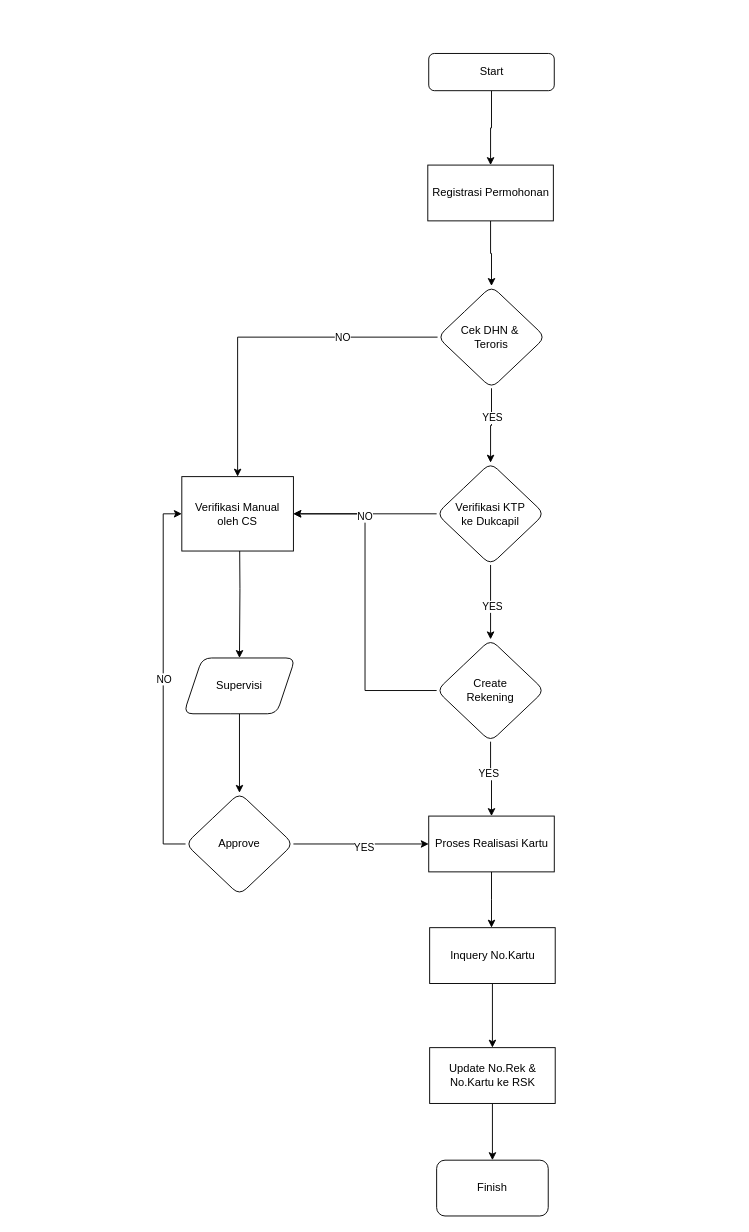
frandachi/appdiagrams keeps this draw.io diagram as Diagram/Eform.drawio. Above is the earlier version. Source tidied: cells renumbered, new cells numbered last; positions are measured from the earlier drawing's top-left corner, leaving out a move shared by most shapes. Both pictures are drawn from the tidied source at 93%, with x=0, y=0 at pixel (181, 53).
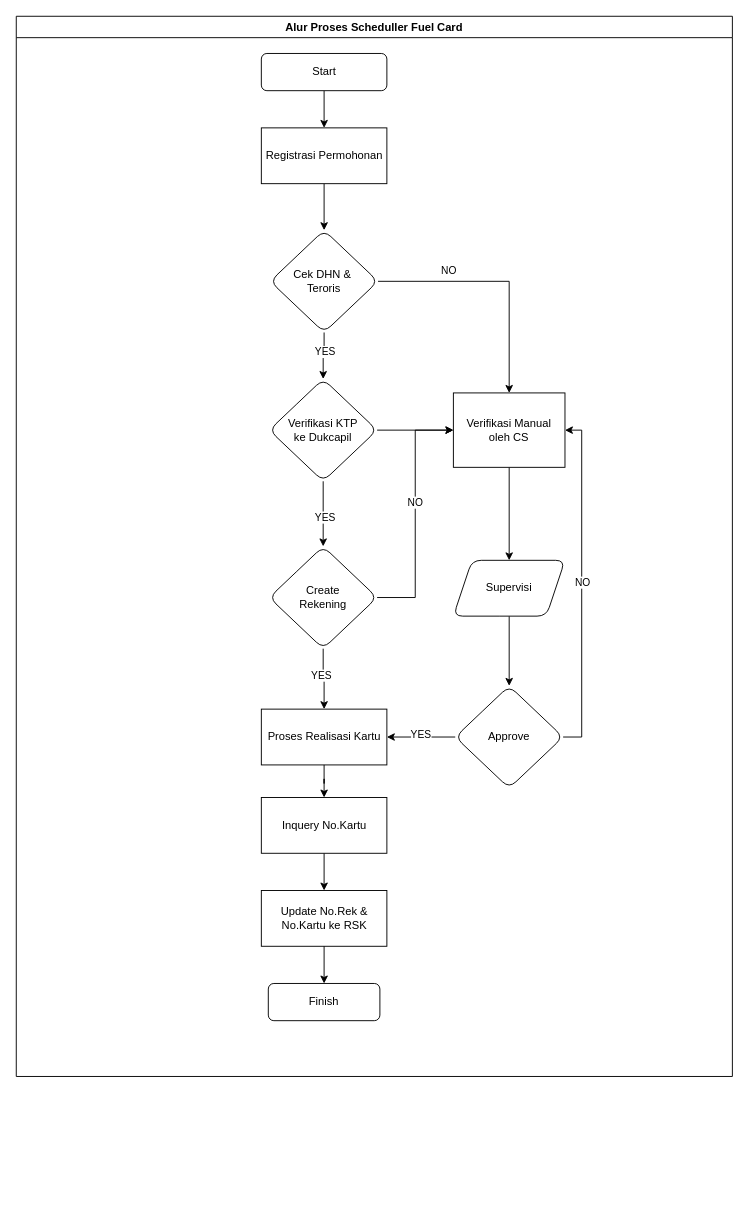
The same diagram, later.

Change to the diagram source:
```diff
@@
+    <mxCell id="36" value="Alur Proses Scheduller Fuel Card" style="swimlane;whiteSpace=wrap;html=1;" parent="1" vertex="1">
+      <mxGeometry x="-178" y="-40" width="770" height="1140" as="geometry" />
+    </mxCell>
+    <mxCell id="35" value="Update No.Rek &amp;amp; No.Kartu ke RSK" style="rounded=0;whiteSpace=wrap;html=1;" parent="36" vertex="1">
+      <mxGeometry x="263.5" y="940" width="135" height="60" as="geometry" />
+    </mxCell>
+    <mxCell id="31" value="Finish" style="rounded=1;whiteSpace=wrap;html=1;" parent="36" vertex="1">
+      <mxGeometry x="271" y="1040" width="120" height="40" as="geometry" />
+    </mxCell>
+    <mxCell id="34" style="edgeStyle=orthogonalEdgeStyle;rounded=0;jettySize=auto;html=1;exitX=0.5;exitY=1;exitDx=0;exitDy=0;" parent="36" edge="1" source="35" target="31">
+      <mxGeometry relative="1" as="geometry" />
+    </mxCell>
@@
     <mxCell id="3" value="Start" style="rounded=1;whiteSpace=wrap;html=1;fontSize=12;glass=0;strokeWidth=1;shadow=0;" parent="1" vertex="1">
-      <mxGeometry x="265.5" width="135" height="40" as="geometry" />
+      <mxGeometry x="85.5" width="135" height="40" as="geometry" />
     </mxCell>
@@
-    <mxCell id="6" style="edgeStyle=orthogonalEdgeStyle;rounded=0;jettySize=auto;html=1;exitX=0;exitY=0.5;exitDx=0;exitDy=0;entryX=0.5;entryY=0;entryDx=0;entryDy=0;" parent="1" edge="1" source="8" target="28">
+    <mxCell id="6" style="edgeStyle=orthogonalEdgeStyle;rounded=0;jettySize=auto;html=1;exitX=1;exitY=0.5;exitDx=0;exitDy=0;entryX=0.5;entryY=0;entryDx=0;entryDy=0;" parent="1" edge="1" source="8" target="28">
       <mxGeometry relative="1" as="geometry" />
     </mxCell>
@@
     <mxCell id="8" value="Cek DHN &amp;amp;&amp;nbsp;&lt;br&gt;Teroris" style="rhombus;whiteSpace=wrap;html=1;rounded=1;glass=0;strokeWidth=1;shadow=0;" parent="1" vertex="1">
-      <mxGeometry x="275" y="250" width="116" height="110" as="geometry" />
+      <mxGeometry x="95" y="190" width="116" height="110" as="geometry" />
     </mxCell>
-    <mxCell id="9" style="edgeStyle=orthogonalEdgeStyle;rounded=0;jettySize=auto;html=1;" parent="1" edge="1" target="11">
-      <mxGeometry relative="1" as="geometry">
-        <mxPoint x="62" y="500" as="sourcePoint" />
-      </mxGeometry>
+    <mxCell id="9" style="edgeStyle=orthogonalEdgeStyle;rounded=0;jettySize=auto;html=1;exitX=0.5;exitY=1;exitDx=0;exitDy=0;" parent="1" edge="1" source="28" target="11">
+      <mxGeometry relative="1" as="geometry" />
     </mxCell>
@@
     <mxCell id="11" value="Supervisi" style="shape=parallelogram;perimeter=parallelogramPerimeter;whiteSpace=wrap;html=1;fixedSize=1;rounded=1;" parent="1" vertex="1">
-      <mxGeometry x="2" y="650" width="120" height="60" as="geometry" />
+      <mxGeometry x="292" y="545" width="120" height="60" as="geometry" />
     </mxCell>
@@
-    <mxCell id="14" style="edgeStyle=orthogonalEdgeStyle;rounded=0;jettySize=auto;html=1;exitX=0;exitY=0.5;exitDx=0;exitDy=0;entryX=1;entryY=0.5;entryDx=0;entryDy=0;" parent="1" edge="1" source="15" target="28">
+    <mxCell id="14" style="edgeStyle=orthogonalEdgeStyle;rounded=0;jettySize=auto;html=1;entryX=0;entryY=0.5;entryDx=0;entryDy=0;" parent="1" edge="1" source="15" target="28">
       <mxGeometry relative="1" as="geometry" />
     </mxCell>
     <mxCell id="15" value="Verifikasi KTP&lt;br&gt;ke Dukcapil" style="rhombus;whiteSpace=wrap;html=1;rounded=1;glass=0;strokeWidth=1;shadow=0;" parent="1" vertex="1">
-      <mxGeometry x="274" y="440" width="116" height="110" as="geometry" />
+      <mxGeometry x="94" y="350" width="116" height="110" as="geometry" />
     </mxCell>
-    <mxCell id="16" style="edgeStyle=orthogonalEdgeStyle;rounded=0;jettySize=auto;html=1;exitX=0;exitY=0.5;exitDx=0;exitDy=0;entryX=0;entryY=0.5;entryDx=0;entryDy=0;" parent="1" edge="1" source="20" target="28">
+    <mxCell id="16" style="edgeStyle=orthogonalEdgeStyle;rounded=0;jettySize=auto;html=1;exitX=1;exitY=0.5;exitDx=0;exitDy=0;entryX=1;entryY=0.5;entryDx=0;entryDy=0;" parent="1" edge="1" source="20" target="28">
       <mxGeometry relative="1" as="geometry" />
     </mxCell>
@@
-    <mxCell id="18" style="edgeStyle=orthogonalEdgeStyle;rounded=0;jettySize=auto;html=1;exitX=1;exitY=0.5;exitDx=0;exitDy=0;" parent="1" edge="1" source="20" target="30">
+    <mxCell id="18" style="edgeStyle=orthogonalEdgeStyle;rounded=0;jettySize=auto;html=1;exitX=0;exitY=0.5;exitDx=0;exitDy=0;" parent="1" edge="1" source="20" target="30">
       <mxGeometry relative="1" as="geometry" />
     </mxCell>
@@
     <mxCell id="20" value="Approve" style="rhombus;whiteSpace=wrap;html=1;rounded=1;glass=0;strokeWidth=1;shadow=0;" parent="1" vertex="1">
-      <mxGeometry x="4" y="795" width="116" height="110" as="geometry" />
+      <mxGeometry x="294" y="680" width="116" height="110" as="geometry" />
     </mxCell>
-    <mxCell id="21" style="edgeStyle=orthogonalEdgeStyle;rounded=0;jettySize=auto;html=1;exitX=0;exitY=0.5;exitDx=0;exitDy=0;entryX=1;entryY=0.5;entryDx=0;entryDy=0;" parent="1" edge="1" source="25" target="28">
+    <mxCell id="21" style="edgeStyle=orthogonalEdgeStyle;rounded=0;jettySize=auto;html=1;exitX=1;exitY=0.5;exitDx=0;exitDy=0;entryX=0;entryY=0.5;entryDx=0;entryDy=0;" parent="1" edge="1" source="25" target="28">
       <mxGeometry relative="1" as="geometry" />
     </mxCell>
     <mxCell id="22" value="NO" style="edgeLabel;html=1;align=center;verticalAlign=middle;" parent="21" vertex="1">
-      <mxGeometry x="0.54" y="1" relative="1" as="geometry" />
+      <mxGeometry x="0.54" y="1" relative="1" as="geometry">
+        <mxPoint y="58" as="offset" />
+      </mxGeometry>
     </mxCell>
@@
     <mxCell id="25" value="Create &lt;br&gt;Rekening" style="rhombus;whiteSpace=wrap;html=1;rounded=1;glass=0;strokeWidth=1;shadow=0;" parent="1" vertex="1">
-      <mxGeometry x="274" y="630" width="116" height="110" as="geometry" />
+      <mxGeometry x="94" y="530" width="116" height="110" as="geometry" />
     </mxCell>
@@
     <mxCell id="27" value="Registrasi Permohonan" style="rounded=0;whiteSpace=wrap;html=1;" parent="1" vertex="1">
-      <mxGeometry x="264.5" y="120" width="135" height="60" as="geometry" />
+      <mxGeometry x="85.5" y="80" width="135" height="60" as="geometry" />
     </mxCell>
     <mxCell id="28" value="Verifikasi Manual&lt;br&gt;oleh CS" style="rounded=0;whiteSpace=wrap;html=1;" parent="1" vertex="1">
-      <mxGeometry y="455" width="120" height="80" as="geometry" />
+      <mxGeometry x="292" y="365" width="120" height="80" as="geometry" />
     </mxCell>
-    <mxCell id="29" style="edgeStyle=orthogonalEdgeStyle;rounded=0;jettySize=auto;html=1;" parent="1" edge="1" source="30">
-      <mxGeometry relative="1" as="geometry">
-        <mxPoint x="333" y="940" as="targetPoint" />
-      </mxGeometry>
-    </mxCell>
     <mxCell id="30" value="Proses Realisasi Kartu" style="rounded=0;whiteSpace=wrap;html=1;" parent="1" vertex="1">
-      <mxGeometry x="265.5" y="820" width="135" height="60" as="geometry" />
+      <mxGeometry x="85.5" y="705" width="135" height="60" as="geometry" />
     </mxCell>
-    <mxCell id="31" value="Finish" style="rounded=1;whiteSpace=wrap;html=1;" parent="1" vertex="1">
-      <mxGeometry x="274" y="1190" width="120" height="60" as="geometry" />
-    </mxCell>
@@
+    <mxCell id="37" style="edgeStyle=orthogonalEdgeStyle;rounded=0;jettySize=auto;html=1;" parent="1" edge="1" source="30" target="33">
+      <mxGeometry relative="1" as="geometry" />
+    </mxCell>
     <mxCell id="33" value="Inquery No.Kartu" style="rounded=0;whiteSpace=wrap;html=1;" parent="1" vertex="1">
-      <mxGeometry x="266.5" y="940" width="135" height="60" as="geometry" />
+      <mxGeometry x="85.5" y="800" width="135" height="60" as="geometry" />
     </mxCell>
-    <mxCell id="34" style="edgeStyle=orthogonalEdgeStyle;rounded=0;jettySize=auto;html=1;exitX=0.5;exitY=1;exitDx=0;exitDy=0;" parent="1" edge="1" source="35" target="31">
-      <mxGeometry relative="1" as="geometry" />
-    </mxCell>
-    <mxCell id="35" value="Update No.Rek &amp;amp; No.Kartu ke RSK" style="rounded=0;whiteSpace=wrap;html=1;" parent="1" vertex="1">
-      <mxGeometry x="266.5" y="1069" width="135" height="60" as="geometry" />
-    </mxCell>
```
